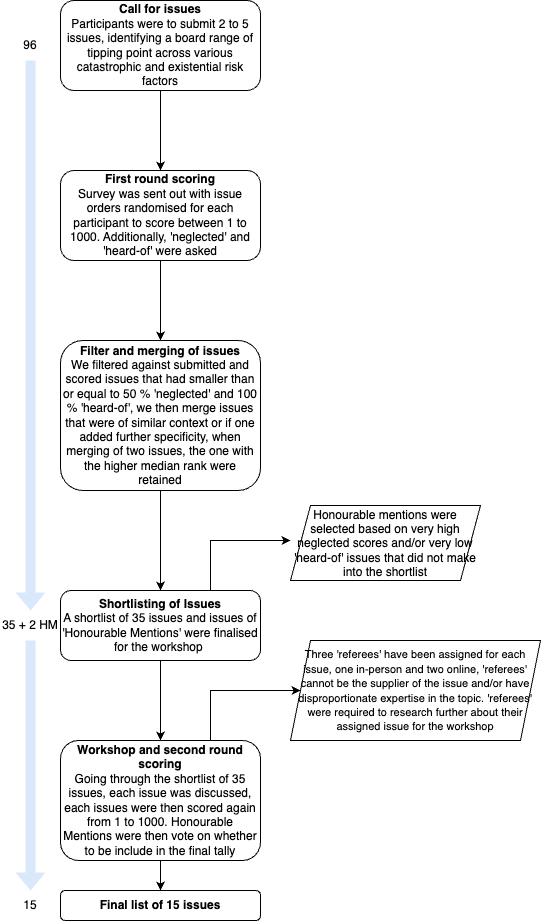
Above: docs/figures/HS_process.png in chrischank/GCR-Horizon-Scan (draw.io), before the change. Source tidied: cells renumbered, new cells last; positions are measured from the earlier drawing's top-left corner, leaving out a move shared by most shapes.
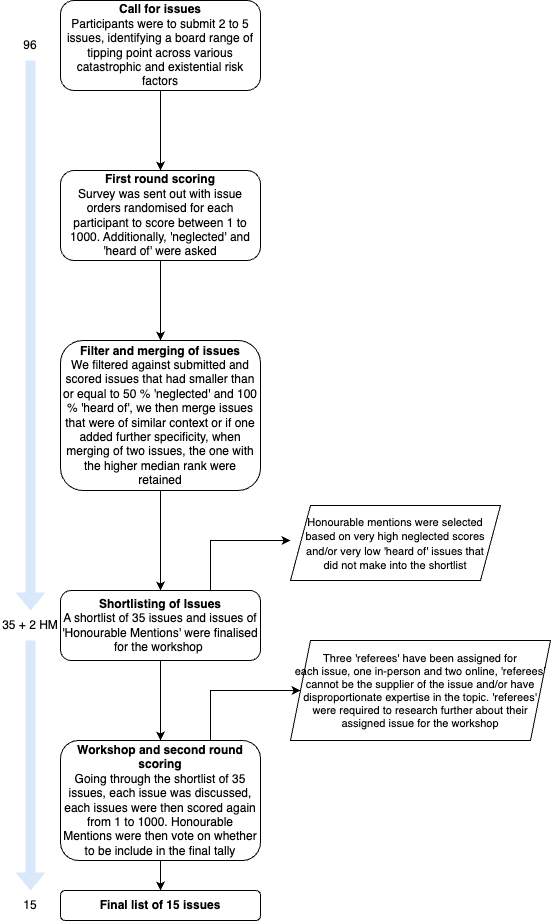
After the change.

Commit message:
docs: flowchart updatea

The edit, as a diff of the source:
```diff
@@ -1,69 +1,69 @@
 <mxGraphModel>
   <root>
-    <mxCell id="0" />
-    <mxCell id="1" parent="0" />
-    <mxCell id="2" style="edgeStyle=orthogonalEdgeStyle;rounded=0;jettySize=auto;html=1;" parent="1" edge="1" source="3" target="6">
-      <mxGeometry relative="1" as="geometry" />
-    </mxCell>
+    <mxCell id="23" />
+    <mxCell id="24" parent="23" />
+    <mxCell id="25" style="edgeStyle=orthogonalEdgeStyle;rounded=0;jettySize=auto;html=1;" parent="24" edge="1" source="3" target="28">
+      <mxGeometry relative="1" as="geometry" />
+    </mxCell>
-    <mxCell id="3" value="&lt;b&gt;Call for issues&lt;/b&gt;&lt;br&gt;Participants were to submit 2 to 5 issues, identifying a board range of tipping point across various catastrophic and existential risk factors" style="rounded=1;whiteSpace=wrap;html=1;fontSize=12;glass=0;strokeWidth=1;shadow=0;" parent="1" vertex="1">
+    <mxCell id="3" value="&lt;b&gt;Call for issues&lt;/b&gt;&lt;br&gt;Participants were to submit 2 to 5 issues, identifying a board range of tipping point across various catastrophic and existential risk factors" style="rounded=1;whiteSpace=wrap;html=1;fontSize=12;glass=0;strokeWidth=1;shadow=0;" parent="24" vertex="1">
       <mxGeometry x="60" width="200" height="90" as="geometry" />
     </mxCell>
-    <mxCell id="4" style="edgeStyle=orthogonalEdgeStyle;rounded=0;jettySize=auto;html=1;" parent="1" edge="1" source="6" target="8">
-      <mxGeometry relative="1" as="geometry" />
-    </mxCell>
-    <mxCell id="5" style="edgeStyle=orthogonalEdgeStyle;rounded=0;jettySize=auto;html=1;" parent="1" edge="1" source="6" target="8">
-      <mxGeometry relative="1" as="geometry" />
-    </mxCell>
-    <mxCell id="6" value="&lt;b&gt;First round scoring&lt;/b&gt;&lt;br&gt;Survey was sent out with issue orders randomised for each participant to score between 1 to 1000. Additionally, 'neglected' and 'heard-of' were asked" style="rounded=1;whiteSpace=wrap;html=1;fontSize=12;glass=0;strokeWidth=1;shadow=0;" parent="1" vertex="1">
-      <mxGeometry x="60" y="170" width="200" height="90" as="geometry" />
-    </mxCell>
-    <mxCell id="7" style="edgeStyle=orthogonalEdgeStyle;rounded=0;jettySize=auto;html=1;exitX=0.5;exitY=1;exitDx=0;exitDy=0;" parent="1" edge="1" source="8" target="10">
-      <mxGeometry relative="1" as="geometry" />
-    </mxCell>
-    <mxCell id="8" value="&lt;b&gt;Filter and merging of issues&lt;/b&gt;&lt;br&gt;We filtered against submitted and scored issues that had smaller than or equal to 50 % 'neglected' and 100 % 'heard-of', we then merge issues that were of similar context or if one added further specificity, when merging of two issues, the one with the higher median rank were retained" style="rounded=1;whiteSpace=wrap;html=1;fontSize=12;glass=0;strokeWidth=1;shadow=0;" parent="1" vertex="1">
-      <mxGeometry x="60" y="340" width="200" height="150" as="geometry" />
-    </mxCell>
+    <mxCell id="26" style="edgeStyle=orthogonalEdgeStyle;rounded=0;jettySize=auto;html=1;" parent="24" edge="1" source="28" target="30">
+      <mxGeometry relative="1" as="geometry" />
+    </mxCell>
+    <mxCell id="27" style="edgeStyle=orthogonalEdgeStyle;rounded=0;jettySize=auto;html=1;" parent="24" edge="1" source="28" target="30">
+      <mxGeometry relative="1" as="geometry" />
+    </mxCell>
+    <mxCell id="28" value="&lt;b&gt;First round scoring&lt;/b&gt;&lt;br&gt;Survey was sent out with issue orders randomised for each participant to score between 1 to 1000. Additionally, 'neglected' and 'heard of' were asked" style="rounded=1;whiteSpace=wrap;html=1;fontSize=12;glass=0;strokeWidth=1;shadow=0;" parent="24" vertex="1">
+      <mxGeometry x="60" y="170" width="200" height="90" as="geometry" />
+    </mxCell>
+    <mxCell id="29" style="edgeStyle=orthogonalEdgeStyle;rounded=0;jettySize=auto;html=1;exitX=0.5;exitY=1;exitDx=0;exitDy=0;" parent="24" edge="1" source="30" target="10">
+      <mxGeometry relative="1" as="geometry" />
+    </mxCell>
+    <mxCell id="30" value="&lt;b&gt;Filter and merging of issues&lt;/b&gt;&lt;br&gt;We filtered against submitted and scored issues that had smaller than or equal to 50 % 'neglected' and 100 % 'heard of', we then merge issues that were of similar context or if one added further specificity, when merging of two issues, the one with the higher median rank were retained" style="rounded=1;whiteSpace=wrap;html=1;fontSize=12;glass=0;strokeWidth=1;shadow=0;" parent="24" vertex="1">
+      <mxGeometry x="60" y="340" width="200" height="150" as="geometry" />
+    </mxCell>
-    <mxCell id="9" style="edgeStyle=orthogonalEdgeStyle;rounded=0;jettySize=auto;html=1;" parent="1" edge="1" source="10" target="13">
+    <mxCell id="9" style="edgeStyle=orthogonalEdgeStyle;rounded=0;jettySize=auto;html=1;" parent="24" edge="1" source="10" target="13">
       <mxGeometry relative="1" as="geometry" />
     </mxCell>
-    <mxCell id="10" value="&lt;b&gt;Shortlisting of Issues&lt;/b&gt;&lt;br&gt;A shortlist of 35 issues and issues of 'Honourable Mentions' were finalised for the workshop&amp;nbsp;" style="rounded=1;whiteSpace=wrap;html=1;fontSize=12;glass=0;strokeWidth=1;shadow=0;" parent="1" vertex="1">
+    <mxCell id="10" value="&lt;b&gt;Shortlisting of Issues&lt;/b&gt;&lt;br&gt;A shortlist of 35 issues and issues of 'Honourable Mentions' were finalised for the workshop&amp;nbsp;" style="rounded=1;whiteSpace=wrap;html=1;fontSize=12;glass=0;strokeWidth=1;shadow=0;" parent="24" vertex="1">
       <mxGeometry x="60" y="590" width="200" height="70" as="geometry" />
     </mxCell>
-    <mxCell id="11" style="edgeStyle=orthogonalEdgeStyle;rounded=0;jettySize=auto;html=1;" parent="1" edge="1" source="13" target="14">
+    <mxCell id="11" style="edgeStyle=orthogonalEdgeStyle;rounded=0;jettySize=auto;html=1;" parent="24" edge="1" source="13" target="14">
       <mxGeometry relative="1" as="geometry" />
     </mxCell>
-    <mxCell id="12" style="edgeStyle=orthogonalEdgeStyle;rounded=0;jettySize=auto;html=1;exitX=0.75;exitY=0;exitDx=0;exitDy=0;entryX=0;entryY=0.5;entryDx=0;entryDy=0;" parent="1" edge="1" source="13" target="20">
+    <mxCell id="12" style="edgeStyle=orthogonalEdgeStyle;rounded=0;jettySize=auto;html=1;exitX=0.75;exitY=0;exitDx=0;exitDy=0;entryX=0;entryY=0.5;entryDx=0;entryDy=0;" parent="24" edge="1" source="13" target="20">
       <mxGeometry relative="1" as="geometry" />
     </mxCell>
-    <mxCell id="13" value="&lt;b&gt;Workshop and second round scoring&lt;/b&gt;&lt;br&gt;Going through the shortlist of 35 issues, each issue was discussed, each issues were then scored again from 1 to 1000. Honourable Mentions were then vote on whether to be include in the final tally" style="rounded=1;whiteSpace=wrap;html=1;fontSize=12;glass=0;strokeWidth=1;shadow=0;" parent="1" vertex="1">
+    <mxCell id="13" value="&lt;b&gt;Workshop and second round scoring&lt;/b&gt;&lt;br&gt;Going through the shortlist of 35 issues, each issue was discussed, each issues were then scored again from 1 to 1000. Honourable Mentions were then vote on whether to be include in the final tally" style="rounded=1;whiteSpace=wrap;html=1;fontSize=12;glass=0;strokeWidth=1;shadow=0;" parent="24" vertex="1">
       <mxGeometry x="60" y="740" width="200" height="120" as="geometry" />
     </mxCell>
-    <mxCell id="14" value="&lt;b&gt;Final list of 15 issues&lt;/b&gt;" style="rounded=1;whiteSpace=wrap;html=1;fontSize=12;glass=0;strokeWidth=1;shadow=0;" parent="1" vertex="1">
+    <mxCell id="14" value="&lt;b&gt;Final list of 15 issues&lt;/b&gt;" style="rounded=1;whiteSpace=wrap;html=1;fontSize=12;glass=0;strokeWidth=1;shadow=0;" parent="24" vertex="1">
       <mxGeometry x="60" y="890" width="200" height="30" as="geometry" />
     </mxCell>
-    <mxCell id="15" value="96" style="text;html=1;strokeColor=none;fillColor=none;align=center;verticalAlign=middle;whiteSpace=wrap;rounded=0;" parent="1" vertex="1">
+    <mxCell id="15" value="96" style="text;html=1;strokeColor=none;fillColor=none;align=center;verticalAlign=middle;whiteSpace=wrap;rounded=0;" parent="24" vertex="1">
       <mxGeometry y="30" width="60" height="30" as="geometry" />
     </mxCell>
-    <mxCell id="16" value="35 + 2 HM" style="text;html=1;strokeColor=none;fillColor=none;align=center;verticalAlign=middle;whiteSpace=wrap;rounded=0;" parent="1" vertex="1">
+    <mxCell id="16" value="35 + 2 HM" style="text;html=1;strokeColor=none;fillColor=none;align=center;verticalAlign=middle;whiteSpace=wrap;rounded=0;" parent="24" vertex="1">
       <mxGeometry y="610" width="60" height="30" as="geometry" />
     </mxCell>
-    <mxCell id="17" value="15" style="text;html=1;strokeColor=none;fillColor=none;align=center;verticalAlign=middle;whiteSpace=wrap;rounded=0;" parent="1" vertex="1">
+    <mxCell id="17" value="15" style="text;html=1;strokeColor=none;fillColor=none;align=center;verticalAlign=middle;whiteSpace=wrap;rounded=0;" parent="24" vertex="1">
       <mxGeometry y="890" width="60" height="30" as="geometry" />
     </mxCell>
-    <mxCell id="18" style="shape=flexArrow;endArrow=classic;html=1;rounded=0;exitX=0.5;exitY=1;exitDx=0;exitDy=0;strokeWidth=0;startSize=6;shadow=0;fillColor=#dae8fc;strokeColor=none;" parent="1" edge="1" source="15" target="16">
+    <mxCell id="18" style="shape=flexArrow;endArrow=classic;html=1;rounded=0;exitX=0.5;exitY=1;exitDx=0;exitDy=0;strokeWidth=0;startSize=6;shadow=0;fillColor=#dae8fc;strokeColor=none;" parent="24" edge="1" source="15" target="16">
       <mxGeometry relative="1" as="geometry" />
     </mxCell>
-    <mxCell id="19" style="shape=flexArrow;endArrow=classic;html=1;rounded=0;exitX=0.5;exitY=1;exitDx=0;exitDy=0;strokeWidth=0;startSize=6;shadow=0;fillColor=#dae8fc;strokeColor=none;entryX=0.5;entryY=0;entryDx=0;entryDy=0;" parent="1" edge="1" source="16" target="17">
+    <mxCell id="19" style="shape=flexArrow;endArrow=classic;html=1;rounded=0;exitX=0.5;exitY=1;exitDx=0;exitDy=0;strokeWidth=0;startSize=6;shadow=0;fillColor=#dae8fc;strokeColor=none;entryX=0.5;entryY=0;entryDx=0;entryDy=0;" parent="24" edge="1" source="16" target="17">
       <mxGeometry relative="1" as="geometry" />
     </mxCell>
-    <mxCell id="20" value="&lt;font style=&quot;font-size: 11px;&quot;&gt;Three 'referees' have been assigned for each issue, one in-person and two online, 'referees' cannot be the supplier of the issue and/or have disproportionate expertise in the topic. 'referees' were required to research further about their assigned issue for the workshop&lt;/font&gt;" style="shape=parallelogram;perimeter=parallelogramPerimeter;whiteSpace=wrap;html=1;fixedSize=1;" parent="1" vertex="1">
-      <mxGeometry x="290" y="640" width="250" height="100" as="geometry" />
+    <mxCell id="20" value="&lt;p style=&quot;line-height: 100%;&quot;&gt;&lt;font style=&quot;font-size: 11px;&quot;&gt;Three 'referees' have been assigned for each&amp;nbsp;issue,&amp;nbsp;&lt;/font&gt;&lt;span style=&quot;background-color: initial; font-size: 11px;&quot;&gt;one in-person and two online,&amp;nbsp;&lt;/span&gt;&lt;span style=&quot;background-color: initial; font-size: 11px;&quot;&gt;'referees' cannot be the supplier of the issue and/or have disproportionate expertise in the topic. 'referees' were required to research further about their assigned issue for the workshop&lt;/span&gt;&lt;/p&gt;" style="shape=parallelogram;perimeter=parallelogramPerimeter;whiteSpace=wrap;html=1;fixedSize=1;" parent="24" vertex="1">
+      <mxGeometry x="290" y="640" width="260" height="100" as="geometry" />
     </mxCell>
-    <mxCell id="21" value="Honourable mentions were selected based on very high neglected scores and/or very low 'heard-of' issues that did not make into the shortlist" style="shape=parallelogram;perimeter=parallelogramPerimeter;whiteSpace=wrap;html=1;fixedSize=1;" parent="1" vertex="1">
-      <mxGeometry x="290" y="505" width="190" height="75" as="geometry" />
-    </mxCell>
-    <mxCell id="22" style="edgeStyle=orthogonalEdgeStyle;rounded=0;jettySize=auto;html=1;exitX=0.75;exitY=0;exitDx=0;exitDy=0;entryX=0;entryY=0.467;entryDx=0;entryDy=0;entryPerimeter=0;" parent="1" edge="1" source="10" target="21">
-      <mxGeometry relative="1" as="geometry" />
-    </mxCell>
+    <mxCell id="31" value="&lt;font style=&quot;font-size: 11px;&quot;&gt;Honourable mentions were selected based on very high neglected scores and/or very low 'heard of' issues that &lt;br&gt;did not make into the shortlist&lt;/font&gt;" style="shape=parallelogram;perimeter=parallelogramPerimeter;whiteSpace=wrap;html=1;fixedSize=1;" parent="24" vertex="1">
+      <mxGeometry x="290" y="505" width="210" height="75" as="geometry" />
+    </mxCell>
+    <mxCell id="32" style="edgeStyle=orthogonalEdgeStyle;rounded=0;jettySize=auto;html=1;exitX=0.75;exitY=0;exitDx=0;exitDy=0;entryX=0;entryY=0.467;entryDx=0;entryDy=0;entryPerimeter=0;" parent="24" edge="1" source="10" target="31">
+      <mxGeometry relative="1" as="geometry" />
+    </mxCell>
   </root>
 </mxGraphModel>
```
